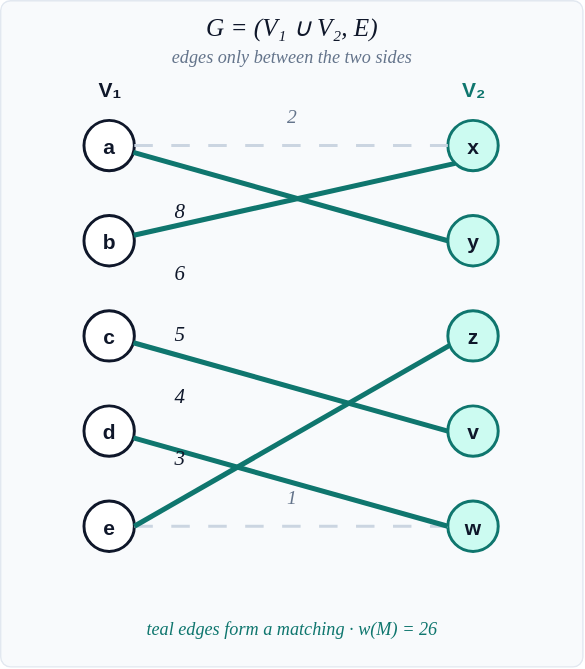
michaelsoltys/IAA keeps this draw.io diagram as Slides/Figures/bipartite-matching.drawio.svg. Above is the earlier version. Source tidied: cells renumbered, new cells last; positions are measured from the earlier drawing's top-left corner, leaving out a move shared by most shapes. Source of this version:
```xml
<mxGraphModel>
  <root>
    <mxCell id="0" />
    <mxCell id="1" parent="0" />
    <mxCell id="2" style="rounded=1;whiteSpace=wrap;html=1;fillColor=#f8fafc;strokeColor=#e2e8f0;strokeWidth=1;absoluteArcSize=1;arcSize=14;" parent="1" vertex="1">
      <mxGeometry width="416" height="476" as="geometry" />
    </mxCell>
    <mxCell id="3" value="G = (V₁ ∪ V₂, E)" style="text;html=1;align=center;verticalAlign=middle;fontFamily=Times New Roman;fontSize=18;fontColor=#0f172a;fontStyle=2;" parent="1" vertex="1">
      <mxGeometry y="6" width="416" height="28" as="geometry" />
    </mxCell>
    <mxCell id="4" value="edges only between the two sides" style="text;html=1;align=center;verticalAlign=middle;fontFamily=Times New Roman;fontSize=13;fontColor=#64748b;fontStyle=2;" parent="1" vertex="1">
      <mxGeometry y="30" width="416" height="20" as="geometry" />
    </mxCell>
    <mxCell id="5" value="V₁" style="text;html=1;align=center;verticalAlign=middle;fontFamily=Helvetica;fontSize=15;fontColor=#0f172a;fontStyle=1;" parent="1" vertex="1">
      <mxGeometry x="38" y="52" width="80" height="22" as="geometry" />
    </mxCell>
    <mxCell id="6" value="V₂" style="text;html=1;align=center;verticalAlign=middle;fontFamily=Helvetica;fontSize=15;fontColor=#0f766e;fontStyle=1;" parent="1" vertex="1">
      <mxGeometry x="298" y="52" width="80" height="22" as="geometry" />
    </mxCell>
    <mxCell id="7" value="a" style="ellipse;whiteSpace=wrap;html=1;fillColor=#ffffff;strokeColor=#0f172a;strokeWidth=2.1;fontFamily=Helvetica;fontSize=15;fontColor=#0f172a;fontStyle=1;" parent="1" vertex="1">
      <mxGeometry x="60" y="86" width="36" height="36" as="geometry" />
    </mxCell>
    <mxCell id="8" value="b" style="ellipse;whiteSpace=wrap;html=1;fillColor=#ffffff;strokeColor=#0f172a;strokeWidth=2.1;fontFamily=Helvetica;fontSize=15;fontColor=#0f172a;fontStyle=1;" parent="1" vertex="1">
      <mxGeometry x="60" y="154" width="36" height="36" as="geometry" />
    </mxCell>
    <mxCell id="9" value="c" style="ellipse;whiteSpace=wrap;html=1;fillColor=#ffffff;strokeColor=#0f172a;strokeWidth=2.1;fontFamily=Helvetica;fontSize=15;fontColor=#0f172a;fontStyle=1;" parent="1" vertex="1">
      <mxGeometry x="60" y="222" width="36" height="36" as="geometry" />
    </mxCell>
    <mxCell id="10" value="d" style="ellipse;whiteSpace=wrap;html=1;fillColor=#ffffff;strokeColor=#0f172a;strokeWidth=2.1;fontFamily=Helvetica;fontSize=15;fontColor=#0f172a;fontStyle=1;" parent="1" vertex="1">
      <mxGeometry x="60" y="290" width="36" height="36" as="geometry" />
    </mxCell>
    <mxCell id="11" value="e" style="ellipse;whiteSpace=wrap;html=1;fillColor=#ffffff;strokeColor=#0f172a;strokeWidth=2.1;fontFamily=Helvetica;fontSize=15;fontColor=#0f172a;fontStyle=1;" parent="1" vertex="1">
      <mxGeometry x="60" y="358" width="36" height="36" as="geometry" />
    </mxCell>
    <mxCell id="12" value="x" style="ellipse;whiteSpace=wrap;html=1;fillColor=#ccfbf1;strokeColor=#0f766e;strokeWidth=2.1;fontFamily=Helvetica;fontSize=15;fontColor=#0f172a;fontStyle=1;" parent="1" vertex="1">
      <mxGeometry x="320" y="86" width="36" height="36" as="geometry" />
    </mxCell>
    <mxCell id="13" value="y" style="ellipse;whiteSpace=wrap;html=1;fillColor=#ccfbf1;strokeColor=#0f766e;strokeWidth=2.1;fontFamily=Helvetica;fontSize=15;fontColor=#0f172a;fontStyle=1;" parent="1" vertex="1">
      <mxGeometry x="320" y="154" width="36" height="36" as="geometry" />
    </mxCell>
    <mxCell id="14" value="z" style="ellipse;whiteSpace=wrap;html=1;fillColor=#ccfbf1;strokeColor=#0f766e;strokeWidth=2.1;fontFamily=Helvetica;fontSize=15;fontColor=#0f172a;fontStyle=1;" parent="1" vertex="1">
      <mxGeometry x="320" y="222" width="36" height="36" as="geometry" />
    </mxCell>
    <mxCell id="15" value="v" style="ellipse;whiteSpace=wrap;html=1;fillColor=#ccfbf1;strokeColor=#0f766e;strokeWidth=2.1;fontFamily=Helvetica;fontSize=15;fontColor=#0f172a;fontStyle=1;" parent="1" vertex="1">
      <mxGeometry x="320" y="290" width="36" height="36" as="geometry" />
    </mxCell>
    <mxCell id="16" value="w" style="ellipse;whiteSpace=wrap;html=1;fillColor=#ccfbf1;strokeColor=#0f766e;strokeWidth=2.1;fontFamily=Helvetica;fontSize=15;fontColor=#0f172a;fontStyle=1;" parent="1" vertex="1">
      <mxGeometry x="320" y="358" width="36" height="36" as="geometry" />
    </mxCell>
    <mxCell id="17" style="html=1;rounded=0;strokeColor=#cbd5e1;strokeWidth=2.2;startArrow=none;endArrow=none;endFill=0;dashed=1;dashPattern=6 6;" parent="1" edge="1" source="7" target="12">
      <mxGeometry relative="1" as="geometry" />
    </mxCell>
    <mxCell id="18" style="html=1;rounded=0;strokeColor=#cbd5e1;strokeWidth=2.2;startArrow=none;endArrow=none;endFill=0;dashed=1;dashPattern=6 6;" parent="1" edge="1" source="11" target="16">
      <mxGeometry relative="1" as="geometry" />
    </mxCell>
    <mxCell id="19" style="html=1;rounded=0;strokeColor=#0f766e;strokeWidth=3.6;startArrow=none;endArrow=none;endFill=0;entryX=0;entryY=0.5;entryDx=0;entryDy=0;" parent="1" edge="1" source="7" target="13">
      <mxGeometry relative="1" as="geometry" />
    </mxCell>
    <mxCell id="20" style="html=1;rounded=0;strokeColor=#0f766e;strokeWidth=3.6;startArrow=none;endArrow=none;endFill=0;entryX=0;entryY=1;entryDx=0;entryDy=0;" parent="1" edge="1" source="8" target="12">
      <mxGeometry relative="1" as="geometry" />
    </mxCell>
    <mxCell id="21" style="html=1;rounded=0;strokeColor=#0f766e;strokeWidth=3.6;startArrow=none;endArrow=none;endFill=0;entryX=0;entryY=0.5;entryDx=0;entryDy=0;" parent="1" edge="1" source="9" target="15">
      <mxGeometry relative="1" as="geometry" />
    </mxCell>
    <mxCell id="22" style="html=1;rounded=0;strokeColor=#0f766e;strokeWidth=3.6;startArrow=none;endArrow=none;endFill=0;entryX=0;entryY=0.5;entryDx=0;entryDy=0;" parent="1" edge="1" source="10" target="16">
      <mxGeometry relative="1" as="geometry" />
    </mxCell>
    <mxCell id="23" style="html=1;rounded=0;strokeColor=#0f766e;strokeWidth=3.6;startArrow=none;endArrow=none;endFill=0;exitX=1;exitY=0.5;exitDx=0;exitDy=0;entryX=0.028;entryY=0.694;entryDx=0;entryDy=0;entryPerimeter=0;" parent="1" edge="1" source="11" target="14">
      <mxGeometry relative="1" as="geometry" />
    </mxCell>
    <mxCell id="24" value="8" style="text;html=1;align=center;verticalAlign=middle;fontFamily=Times New Roman;fontSize=15;fontColor=#0f172a;fontStyle=2;" parent="1" vertex="1">
      <mxGeometry x="116" y="140" width="24" height="20" as="geometry" />
    </mxCell>
    <mxCell id="25" value="6" style="text;html=1;align=center;verticalAlign=middle;fontFamily=Times New Roman;fontSize=15;fontColor=#0f172a;fontStyle=2;" parent="1" vertex="1">
      <mxGeometry x="116" y="184" width="24" height="20" as="geometry" />
    </mxCell>
    <mxCell id="26" value="5" style="text;html=1;align=center;verticalAlign=middle;fontFamily=Times New Roman;fontSize=15;fontColor=#0f172a;fontStyle=2;" parent="1" vertex="1">
      <mxGeometry x="116" y="228" width="24" height="20" as="geometry" />
    </mxCell>
    <mxCell id="27" value="4" style="text;html=1;align=center;verticalAlign=middle;fontFamily=Times New Roman;fontSize=15;fontColor=#0f172a;fontStyle=2;" parent="1" vertex="1">
      <mxGeometry x="116" y="272" width="24" height="20" as="geometry" />
    </mxCell>
    <mxCell id="28" value="3" style="text;html=1;align=center;verticalAlign=middle;fontFamily=Times New Roman;fontSize=15;fontColor=#0f172a;fontStyle=2;" parent="1" vertex="1">
      <mxGeometry x="116" y="316" width="24" height="20" as="geometry" />
    </mxCell>
    <mxCell id="29" value="2" style="text;html=1;align=center;verticalAlign=middle;fontFamily=Times New Roman;fontSize=14;fontColor=#64748b;fontStyle=2;" parent="1" vertex="1">
      <mxGeometry x="196" y="74" width="24" height="20" as="geometry" />
    </mxCell>
    <mxCell id="30" value="1" style="text;html=1;align=center;verticalAlign=middle;fontFamily=Times New Roman;fontSize=14;fontColor=#64748b;fontStyle=2;" parent="1" vertex="1">
      <mxGeometry x="196" y="346" width="24" height="20" as="geometry" />
    </mxCell>
    <mxCell id="31" value="teal edges form a matching · w(M) = 26" style="text;html=1;align=center;verticalAlign=middle;fontFamily=Times New Roman;fontSize=13;fontColor=#0f766e;fontStyle=2;" parent="1" vertex="1">
      <mxGeometry y="438" width="416" height="22" as="geometry" />
    </mxCell>
  </root>
</mxGraphModel>
```
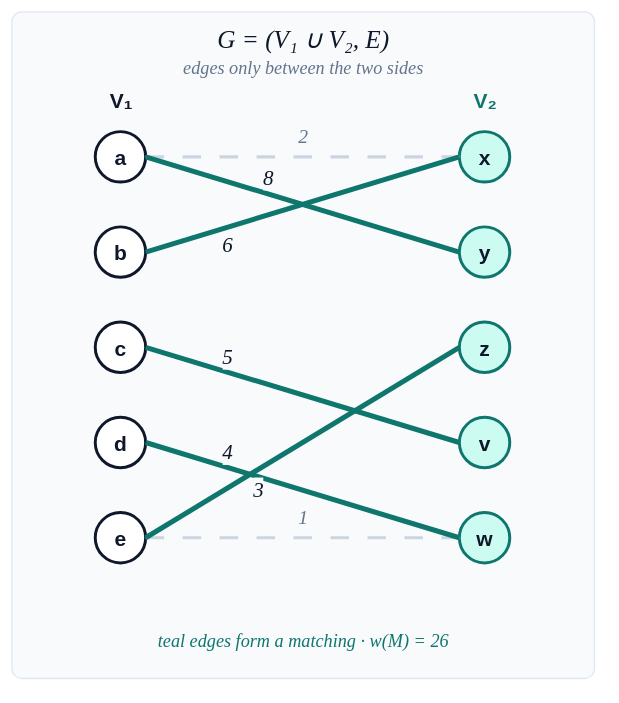
Above is the later version.

Commit message:
Refactor bipartite matching diagram and update related slides

What changed in the source:
```diff
@@ -47,48 +47,41 @@
     <mxCell id="16" value="w" style="ellipse;whiteSpace=wrap;html=1;fillColor=#ccfbf1;strokeColor=#0f766e;strokeWidth=2.1;fontFamily=Helvetica;fontSize=15;fontColor=#0f172a;fontStyle=1;" parent="1" vertex="1">
       <mxGeometry x="320" y="358" width="36" height="36" as="geometry" />
     </mxCell>
-    <mxCell id="17" style="html=1;rounded=0;strokeColor=#cbd5e1;strokeWidth=2.2;startArrow=none;endArrow=none;endFill=0;dashed=1;dashPattern=6 6;" parent="1" edge="1" source="7" target="12">
-      <mxGeometry relative="1" as="geometry" />
+    <mxCell id="17" value="2" style="html=1;rounded=0;strokeColor=#cbd5e1;strokeWidth=2.2;startArrow=none;endArrow=none;endFill=0;dashed=1;dashPattern=6 6;exitX=1;exitY=0.5;exitDx=0;exitDy=0;entryX=0;entryY=0.5;entryDx=0;entryDy=0;fontFamily=Times New Roman;fontSize=14;fontColor=#64748b;fontStyle=2;labelBackgroundColor=#f8fafc;" parent="1" edge="1" source="7" target="12">
+      <mxGeometry relative="1" as="geometry">
+        <mxPoint y="-14" as="offset" />
+      </mxGeometry>
     </mxCell>
-    <mxCell id="18" style="html=1;rounded=0;strokeColor=#cbd5e1;strokeWidth=2.2;startArrow=none;endArrow=none;endFill=0;dashed=1;dashPattern=6 6;" parent="1" edge="1" source="11" target="16">
-      <mxGeometry relative="1" as="geometry" />
+    <mxCell id="18" value="1" style="html=1;rounded=0;strokeColor=#cbd5e1;strokeWidth=2.2;startArrow=none;endArrow=none;endFill=0;dashed=1;dashPattern=6 6;exitX=1;exitY=0.5;exitDx=0;exitDy=0;entryX=0;entryY=0.5;entryDx=0;entryDy=0;fontFamily=Times New Roman;fontSize=14;fontColor=#64748b;fontStyle=2;labelBackgroundColor=#f8fafc;" parent="1" edge="1" source="11" target="16">
+      <mxGeometry relative="1" as="geometry">
+        <mxPoint y="-14" as="offset" />
+      </mxGeometry>
     </mxCell>
-    <mxCell id="19" style="html=1;rounded=0;strokeColor=#0f766e;strokeWidth=3.6;startArrow=none;endArrow=none;endFill=0;entryX=0;entryY=0.5;entryDx=0;entryDy=0;" parent="1" edge="1" source="7" target="13">
-      <mxGeometry relative="1" as="geometry" />
-    </mxCell>
-    <mxCell id="20" style="html=1;rounded=0;strokeColor=#0f766e;strokeWidth=3.6;startArrow=none;endArrow=none;endFill=0;entryX=0;entryY=1;entryDx=0;entryDy=0;" parent="1" edge="1" source="8" target="12">
-      <mxGeometry relative="1" as="geometry" />
-    </mxCell>
-    <mxCell id="21" style="html=1;rounded=0;strokeColor=#0f766e;strokeWidth=3.6;startArrow=none;endArrow=none;endFill=0;entryX=0;entryY=0.5;entryDx=0;entryDy=0;" parent="1" edge="1" source="9" target="15">
-      <mxGeometry relative="1" as="geometry" />
-    </mxCell>
-    <mxCell id="22" style="html=1;rounded=0;strokeColor=#0f766e;strokeWidth=3.6;startArrow=none;endArrow=none;endFill=0;entryX=0;entryY=0.5;entryDx=0;entryDy=0;" parent="1" edge="1" source="10" target="16">
-      <mxGeometry relative="1" as="geometry" />
-    </mxCell>
-    <mxCell id="23" style="html=1;rounded=0;strokeColor=#0f766e;strokeWidth=3.6;startArrow=none;endArrow=none;endFill=0;exitX=1;exitY=0.5;exitDx=0;exitDy=0;entryX=0.028;entryY=0.694;entryDx=0;entryDy=0;entryPerimeter=0;" parent="1" edge="1" source="11" target="14">
-      <mxGeometry relative="1" as="geometry" />
-    </mxCell>
-    <mxCell id="24" value="8" style="text;html=1;align=center;verticalAlign=middle;fontFamily=Times New Roman;fontSize=15;fontColor=#0f172a;fontStyle=2;" parent="1" vertex="1">
-      <mxGeometry x="116" y="140" width="24" height="20" as="geometry" />
+    <mxCell id="24" value="8" style="html=1;rounded=0;strokeColor=#0f766e;strokeWidth=3.6;startArrow=none;endArrow=none;endFill=0;exitX=1;exitY=0.5;exitDx=0;exitDy=0;entryX=0;entryY=0.5;entryDx=0;entryDy=0;fontFamily=Times New Roman;fontSize=15;fontColor=#0f172a;fontStyle=2;labelBackgroundColor=#f8fafc;" parent="1" edge="1" source="7" target="13">
+      <mxGeometry x="-0.22" relative="1" as="geometry">
+        <mxPoint y="-12" as="offset" />
+      </mxGeometry>
     </mxCell>
-    <mxCell id="25" value="6" style="text;html=1;align=center;verticalAlign=middle;fontFamily=Times New Roman;fontSize=15;fontColor=#0f172a;fontStyle=2;" parent="1" vertex="1">
-      <mxGeometry x="116" y="184" width="24" height="20" as="geometry" />
+    <mxCell id="25" value="6" style="html=1;rounded=0;strokeColor=#0f766e;strokeWidth=3.6;startArrow=none;endArrow=none;endFill=0;exitX=1;exitY=0.5;exitDx=0;exitDy=0;entryX=0;entryY=0.5;entryDx=0;entryDy=0;fontFamily=Times New Roman;fontSize=15;fontColor=#0f172a;fontStyle=2;labelBackgroundColor=#f8fafc;" parent="1" edge="1" source="8" target="12">
+      <mxGeometry x="-0.48" relative="1" as="geometry">
+        <mxPoint y="12" as="offset" />
+      </mxGeometry>
     </mxCell>
-    <mxCell id="26" value="5" style="text;html=1;align=center;verticalAlign=middle;fontFamily=Times New Roman;fontSize=15;fontColor=#0f172a;fontStyle=2;" parent="1" vertex="1">
-      <mxGeometry x="116" y="228" width="24" height="20" as="geometry" />
+    <mxCell id="26" value="5" style="html=1;rounded=0;strokeColor=#0f766e;strokeWidth=3.6;startArrow=none;endArrow=none;endFill=0;exitX=1;exitY=0.5;exitDx=0;exitDy=0;entryX=0;entryY=0.5;entryDx=0;entryDy=0;fontFamily=Times New Roman;fontSize=15;fontColor=#0f172a;fontStyle=2;labelBackgroundColor=#f8fafc;" parent="1" edge="1" source="9" target="15">
+      <mxGeometry x="-0.48" relative="1" as="geometry">
+        <mxPoint y="-12" as="offset" />
+      </mxGeometry>
     </mxCell>
-    <mxCell id="27" value="4" style="text;html=1;align=center;verticalAlign=middle;fontFamily=Times New Roman;fontSize=15;fontColor=#0f172a;fontStyle=2;" parent="1" vertex="1">
-      <mxGeometry x="116" y="272" width="24" height="20" as="geometry" />
+    <mxCell id="27" value="4" style="html=1;rounded=0;strokeColor=#0f766e;strokeWidth=3.6;startArrow=none;endArrow=none;endFill=0;exitX=1;exitY=0.5;exitDx=0;exitDy=0;entryX=0;entryY=0.5;entryDx=0;entryDy=0;fontFamily=Times New Roman;fontSize=15;fontColor=#0f172a;fontStyle=2;labelBackgroundColor=#f8fafc;" parent="1" edge="1" source="10" target="16">
+      <mxGeometry x="-0.48" relative="1" as="geometry">
+        <mxPoint y="-12" as="offset" />
+      </mxGeometry>
     </mxCell>
-    <mxCell id="28" value="3" style="text;html=1;align=center;verticalAlign=middle;fontFamily=Times New Roman;fontSize=15;fontColor=#0f172a;fontStyle=2;" parent="1" vertex="1">
-      <mxGeometry x="116" y="316" width="24" height="20" as="geometry" />
+    <mxCell id="28" value="3" style="html=1;rounded=0;strokeColor=#0f766e;strokeWidth=3.6;startArrow=none;endArrow=none;endFill=0;exitX=1;exitY=0.5;exitDx=0;exitDy=0;entryX=0;entryY=0.5;entryDx=0;entryDy=0;fontFamily=Times New Roman;fontSize=15;fontColor=#0f172a;fontStyle=2;labelBackgroundColor=#f8fafc;" parent="1" edge="1" source="11" target="14">
+      <mxGeometry x="-0.28" relative="1" as="geometry">
+        <mxPoint y="14" as="offset" />
+      </mxGeometry>
     </mxCell>
-    <mxCell id="29" value="2" style="text;html=1;align=center;verticalAlign=middle;fontFamily=Times New Roman;fontSize=14;fontColor=#64748b;fontStyle=2;" parent="1" vertex="1">
-      <mxGeometry x="196" y="74" width="24" height="20" as="geometry" />
-    </mxCell>
-    <mxCell id="30" value="1" style="text;html=1;align=center;verticalAlign=middle;fontFamily=Times New Roman;fontSize=14;fontColor=#64748b;fontStyle=2;" parent="1" vertex="1">
-      <mxGeometry x="196" y="346" width="24" height="20" as="geometry" />
-    </mxCell>
     <mxCell id="31" value="teal edges form a matching · w(M) = 26" style="text;html=1;align=center;verticalAlign=middle;fontFamily=Times New Roman;fontSize=13;fontColor=#0f766e;fontStyle=2;" parent="1" vertex="1">
       <mxGeometry y="438" width="416" height="22" as="geometry" />
     </mxCell>
```
